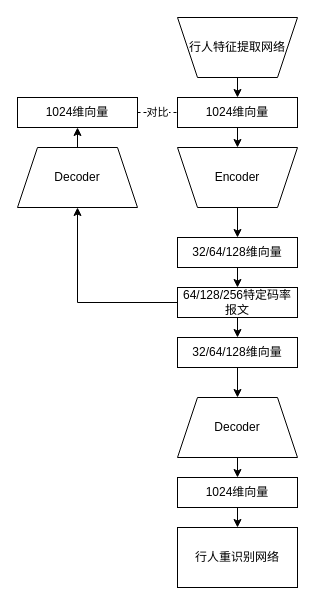
This is deploy.drawio from foreignbill/drawio, a draw.io file, before an edit. Source tidied: cells renumbered, new cells numbered last; positions are measured from the earlier drawing's top-left corner, leaving out a move shared by most shapes. Both pictures are drawn from the tidied source at 100%, with x=0, y=0 at pixel (17, 17).
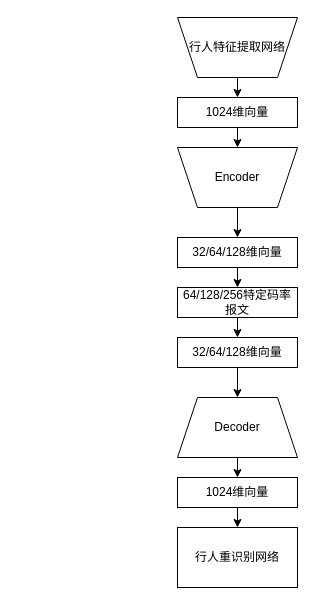
The same page after the edit.

The change refers to these unchanged cells:
```xml
<mxCell id="12" value="64/128/256特定码率报文" style="rounded=0;whiteSpace=wrap;html=1;" parent="1" vertex="1">
  <mxGeometry x="160" y="270" width="120" height="30" as="geometry" />
</mxCell>
<mxCell id="19" value="1024维向量" style="rounded=0;whiteSpace=wrap;html=1;" parent="1" vertex="1">
  <mxGeometry x="160" y="80" width="120" height="30" as="geometry" />
</mxCell>
```

What changed in the source:
```diff
@@
-    <mxCell id="11" style="edgeStyle=orthogonalEdgeStyle;rounded=0;jettySize=auto;html=1;exitX=0;exitY=0.5;exitDx=0;exitDy=0;entryX=0.5;entryY=1;entryDx=0;entryDy=0;" parent="1" edge="1" source="12" target="17">
-      <mxGeometry relative="1" as="geometry" />
-    </mxCell>
@@
-    <mxCell id="16" style="edgeStyle=orthogonalEdgeStyle;rounded=0;jettySize=auto;html=1;exitX=0.5;exitY=0;exitDx=0;exitDy=0;entryX=0.5;entryY=1;entryDx=0;entryDy=0;" parent="1" edge="1" source="17" target="22">
-      <mxGeometry relative="1" as="geometry" />
-    </mxCell>
-    <mxCell id="17" value="Decoder" style="shape=trapezoid;perimeter=trapezoidPerimeter;whiteSpace=wrap;html=1;fixedSize=1;" parent="1" vertex="1">
-      <mxGeometry y="130" width="120" height="60" as="geometry" />
-    </mxCell>
@@
-    <mxCell id="22" value="1024维向量" style="rounded=0;whiteSpace=wrap;html=1;" parent="1" vertex="1">
-      <mxGeometry y="80" width="120" height="30" as="geometry" />
-    </mxCell>
-    <mxCell id="23" value="对比" style="endArrow=none;dashed=1;html=1;rounded=0;exitX=1;exitY=0.5;exitDx=0;exitDy=0;entryX=0;entryY=0.5;entryDx=0;entryDy=0;" parent="1" edge="1" source="22" target="19">
-      <mxGeometry relative="1" as="geometry" />
-    </mxCell>
```
